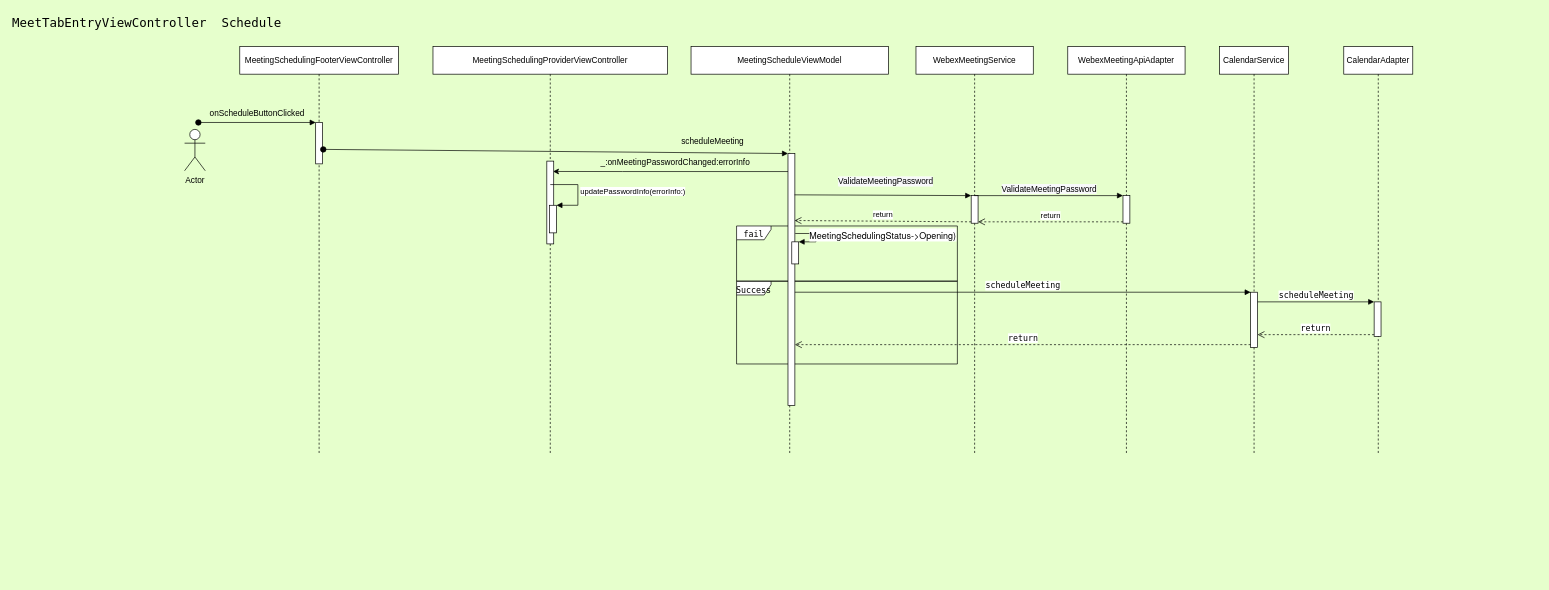
This is Schedule.drawio from jiankang/HelloWorld, a draw.io file, before an edit. Source tidied: cells renumbered, new cells numbered last; positions are measured from the earlier drawing's top-left corner, leaving out a move shared by most shapes. Both pictures are drawn from the tidied source at 69%, with x=0, y=0 at pixel (39, 12).
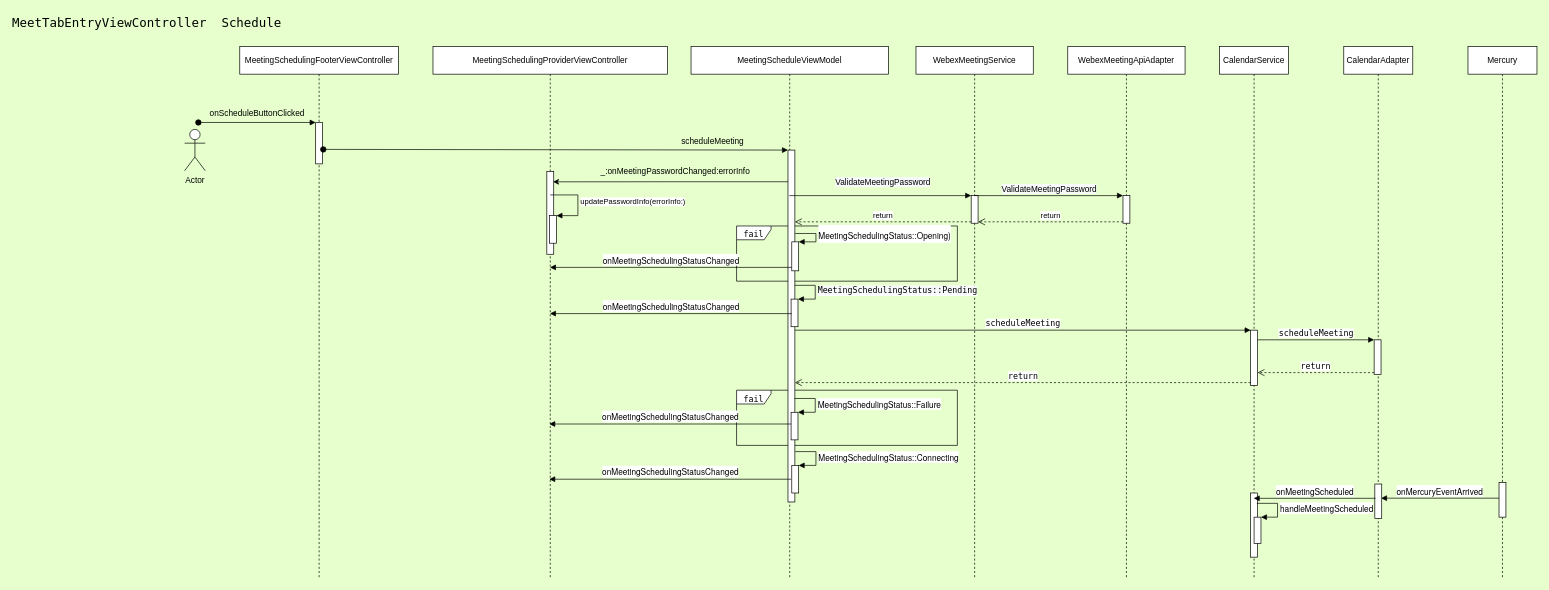
Above is the later version.

Unchanged cells that the change refers to:
```xml
<mxCell id="19" style="html=1;points=[];perimeter=orthogonalPerimeter;" parent="18" vertex="1">
  <mxGeometry x="80" y="216" width="10" height="40" as="geometry" />
</mxCell>
```

What changed in the source:
```diff
@@
-    <mxCell id="2" value="&lt;font style=&quot;font-size: 12px&quot;&gt;Success&lt;/font&gt;" style="shape=umlFrame;whiteSpace=wrap;html=1;fontFamily=Lucida Console;fontSize=18;width=50;height=20;" parent="1" vertex="1">
-      <mxGeometry x="1010" y="390" width="320" height="120" as="geometry" />
-    </mxCell>
+    <mxCell id="40" value="&lt;font style=&quot;font-size: 12px&quot;&gt;fail&lt;/font&gt;" style="shape=umlFrame;whiteSpace=wrap;html=1;fontFamily=Lucida Console;fontSize=18;width=50;height=20;" parent="1" vertex="1">
+      <mxGeometry x="1010" y="548" width="320" height="80" as="geometry" />
+    </mxCell>
-    <mxCell id="3" style="edgeStyle=orthogonalEdgeStyle;rounded=0;jettySize=auto;html=1;entryX=0.9;entryY=0.125;entryDx=0;entryDy=0;entryPerimeter=0;exitX=0.497;exitY=0.307;exitDx=0;exitDy=0;exitPerimeter=0;" parent="1" edge="1" source="4" target="31">
+    <mxCell id="3" style="edgeStyle=orthogonalEdgeStyle;rounded=0;jettySize=auto;html=1;entryX=0.9;entryY=0.125;entryDx=0;entryDy=0;entryPerimeter=0;exitX=0.164;exitY=0.09;exitDx=0;exitDy=0;exitPerimeter=0;" parent="1" edge="1" source="7" target="31">
       <mxGeometry relative="1" as="geometry" />
     </mxCell>
     <mxCell id="4" value="MeetingScheduleViewModel" style="shape=umlLifeline;perimeter=lifelinePerimeter;rounded=0;shadow=0;strokeWidth=1;" parent="1" vertex="1">
-      <mxGeometry x="944" y="50" width="286" height="590" as="geometry" />
+      <mxGeometry x="944" y="50" width="286" height="770" as="geometry" />
     </mxCell>
@@
-    <mxCell id="6" style="group;" parent="4" vertex="1">
-      <mxGeometry x="140.5" y="155" width="40.5" height="365" as="geometry" />
-    </mxCell>
-    <mxCell id="7" style="html=1;points=[];perimeter=orthogonalPerimeter;" parent="6" vertex="1">
-      <mxGeometry width="10" height="365" as="geometry" />
+    <mxCell id="7" style="html=1;points=[];perimeter=orthogonalPerimeter;" parent="4" vertex="1">
+      <mxGeometry x="140.5" y="150" width="10" height="510" as="geometry" />
     </mxCell>
-    <mxCell id="8" value="&lt;p class=&quot;p1&quot; style=&quot;margin: 0px ; font-stretch: normal ; font-size: 13px ; line-height: normal ; font-family: &amp;#34;helvetica neue&amp;#34;&quot;&gt;MeetingSchedulingStatus-&amp;gt;Opening)&lt;/p&gt;" style="edgeStyle=orthogonalEdgeStyle;html=1;align=left;spacingLeft=2;endArrow=block;rounded=0;entryX=1;entryY=0;fontFamily=Lucida Console;fontSize=18;" parent="6" edge="1" target="9">
-      <mxGeometry x="0.63" y="-10" relative="1" as="geometry">
-        <mxPoint x="10.5" y="115.9" as="sourcePoint" />
+    <mxCell id="8" value="&lt;p class=&quot;p1&quot; style=&quot;margin: 0px ; font-stretch: normal ; line-height: normal ; font-family: &amp;#34;helvetica neue&amp;#34;&quot;&gt;&lt;font style=&quot;font-size: 12px&quot;&gt;MeetingSchedulingStatus::Opening)&lt;/font&gt;&lt;/p&gt;" style="edgeStyle=orthogonalEdgeStyle;html=1;align=left;spacingLeft=2;endArrow=block;rounded=0;entryX=1;entryY=0;fontFamily=Lucida Console;fontSize=18;" parent="4" edge="1" target="9">
+      <mxGeometry x="-0.11" relative="1" as="geometry">
+        <mxPoint x="151" y="270.9" as="sourcePoint" />
         <Array as="points">
-          <mxPoint x="40.5" y="115.9" />
+          <mxPoint x="181" y="270.9" />
         </Array>
       </mxGeometry>
     </mxCell>
-    <mxCell id="9" style="html=1;points=[];perimeter=orthogonalPerimeter;fontFamily=Lucida Console;fontSize=18;" parent="6" vertex="1">
-      <mxGeometry x="5.5" y="128" width="10" height="32" as="geometry" />
+    <mxCell id="9" style="html=1;points=[];perimeter=orthogonalPerimeter;fontFamily=Lucida Console;fontSize=18;" parent="4" vertex="1">
+      <mxGeometry x="146" y="283" width="10" height="42" as="geometry" />
     </mxCell>
     <mxCell id="10" value="CalendarService" style="shape=umlLifeline;perimeter=lifelinePerimeter;rounded=0;shadow=0;strokeWidth=1;" parent="1" vertex="1">
-      <mxGeometry x="1710" y="50" width="100" height="590" as="geometry" />
+      <mxGeometry x="1710" y="50" width="100" height="770" as="geometry" />
     </mxCell>
     <mxCell id="11" style="html=1;points=[];perimeter=orthogonalPerimeter;fontFamily=Lucida Console;fontSize=12;" parent="10" vertex="1">
-      <mxGeometry x="45" y="356" width="10" height="80" as="geometry" />
+      <mxGeometry x="45" y="411" width="10" height="80" as="geometry" />
     </mxCell>
+    <mxCell id="41" style="html=1;perimeter=orthogonalPerimeter;fontFamily=Lucida Console;fontSize=12;" parent="10" vertex="1">
+      <mxGeometry x="45" y="647" width="10" height="93" as="geometry" />
+    </mxCell>
     <mxCell id="12" value="CalendarAdapter" style="shape=umlLifeline;perimeter=lifelinePerimeter;rounded=0;shadow=0;strokeWidth=1;" parent="1" vertex="1">
-      <mxGeometry x="1890" y="50" width="100" height="590" as="geometry" />
+      <mxGeometry x="1890" y="50" width="100" height="770" as="geometry" />
     </mxCell>
     <mxCell id="13" style="html=1;points=[];perimeter=orthogonalPerimeter;fontFamily=Lucida Console;fontSize=12;" parent="12" vertex="1">
-      <mxGeometry x="44" y="370" width="10" height="50" as="geometry" />
+      <mxGeometry x="44" y="425" width="10" height="50" as="geometry" />
     </mxCell>
     <mxCell id="14" value="MeetingSchedulingFooterViewController" style="shape=umlLifeline;perimeter=lifelinePerimeter;rounded=0;shadow=0;strokeWidth=1;" parent="1" vertex="1">
-      <mxGeometry x="290" y="50" width="230" height="590" as="geometry" />
+      <mxGeometry x="290" y="50" width="230" height="770" as="geometry" />
     </mxCell>
@@
     <mxCell id="18" value="WebexMeetingService" style="shape=umlLifeline;perimeter=lifelinePerimeter;rounded=0;shadow=0;strokeWidth=1;" parent="1" vertex="1">
-      <mxGeometry x="1270" y="50" width="170" height="590" as="geometry" />
+      <mxGeometry x="1270" y="50" width="170" height="770" as="geometry" />
     </mxCell>
@@
     <mxCell id="20" value="WebexMeetingApiAdapter" style="shape=umlLifeline;perimeter=lifelinePerimeter;rounded=0;shadow=0;strokeWidth=1;" parent="1" vertex="1">
-      <mxGeometry x="1490" y="50" width="170" height="590" as="geometry" />
+      <mxGeometry x="1490" y="50" width="170" height="770" as="geometry" />
     </mxCell>
@@
-    <mxCell id="26" value="&lt;span style=&quot;font-size: 12px ; background-color: rgb(248 , 249 , 250)&quot;&gt;ValidateMeetingPassword&lt;/span&gt;" style="html=1;verticalAlign=bottom;endArrow=block;entryX=0;entryY=0;rounded=0;exitX=0.95;exitY=0.164;exitDx=0;exitDy=0;exitPerimeter=0;" parent="1" edge="1" source="7" target="19">
+    <mxCell id="26" value="&lt;span style=&quot;font-size: 12px ; background-color: rgb(248 , 249 , 250)&quot;&gt;ValidateMeetingPassword&lt;/span&gt;" style="html=1;verticalAlign=bottom;endArrow=block;entryX=0;entryY=0;rounded=0;" parent="1" edge="1" source="4" target="19">
       <mxGeometry x="0.02" y="10" relative="1" as="geometry">
         <mxPoint x="1" as="offset" />
       </mxGeometry>
     </mxCell>
-    <mxCell id="27" value="return" style="html=1;verticalAlign=bottom;endArrow=open;dashed=1;endSize=8;exitX=0;exitY=0.95;rounded=0;entryX=0.95;entryY=0.266;entryDx=0;entryDy=0;entryPerimeter=0;" parent="1" edge="1" source="19" target="7">
+    <mxCell id="27" value="return" style="html=1;verticalAlign=bottom;endArrow=open;dashed=1;endSize=8;exitX=0;exitY=0.95;rounded=0;" parent="1" edge="1" source="19" target="7">
       <mxGeometry relative="1" as="geometry" />
     </mxCell>
@@
     <mxCell id="30" value="MeetingSchedulingProviderViewController" style="shape=umlLifeline;perimeter=lifelinePerimeter;rounded=0;shadow=0;strokeWidth=1;" parent="1" vertex="1">
-      <mxGeometry x="570" y="50" width="340" height="590" as="geometry" />
+      <mxGeometry x="570" y="50" width="340" height="770" as="geometry" />
     </mxCell>
     <mxCell id="31" style="html=1;points=[];perimeter=orthogonalPerimeter;" parent="30" vertex="1">
-      <mxGeometry x="165" y="166" width="10" height="120" as="geometry" />
+      <mxGeometry x="165" y="181" width="10" height="120" as="geometry" />
     </mxCell>
     <mxCell id="32" value="_:onMeetingPasswordChanged:errorInfo" style="text;html=1;align=center;verticalAlign=middle;strokeColor=none;fillColor=none;" parent="30" vertex="1">
-      <mxGeometry x="236" y="158" width="230" height="20" as="geometry" />
+      <mxGeometry x="236" y="171" width="230" height="20" as="geometry" />
     </mxCell>
     <mxCell id="33" style="html=1;points=[];perimeter=orthogonalPerimeter;" parent="30" vertex="1">
-      <mxGeometry x="169" y="230" width="10" height="40" as="geometry" />
+      <mxGeometry x="169" y="245" width="10" height="40" as="geometry" />
     </mxCell>
     <mxCell id="34" value="updatePasswordInfo(errorInfo:)" style="edgeStyle=orthogonalEdgeStyle;html=1;align=left;spacingLeft=2;endArrow=block;rounded=0;entryX=1;entryY=0;" parent="30" edge="1" target="33">
       <mxGeometry x="-0.01" relative="1" as="geometry">
-        <mxPoint x="170" y="200" as="sourcePoint" />
+        <mxPoint x="170" y="215" as="sourcePoint" />
         <Array as="points">
-          <mxPoint x="210" y="200" />
-          <mxPoint x="210" y="230" />
+          <mxPoint x="210" y="215" />
+          <mxPoint x="210" y="245" />
         </Array>
       </mxGeometry>
     </mxCell>
@@
-    <mxCell id="36" value="scheduleMeeting" style="html=1;verticalAlign=bottom;endArrow=block;entryX=0;entryY=0;rounded=0;fontFamily=Lucida Console;fontSize=12;" parent="1" edge="1" source="7" target="11">
-      <mxGeometry relative="1" as="geometry" />
+    <mxCell id="36" value="scheduleMeeting" style="html=1;verticalAlign=bottom;endArrow=block;entryX=0;entryY=0;rounded=0;fontFamily=Lucida Console;fontSize=12;" parent="1" edge="1" target="11">
+      <mxGeometry relative="1" as="geometry">
+        <mxPoint x="1094.5" y="461" as="sourcePoint" />
+      </mxGeometry>
     </mxCell>
-    <mxCell id="37" value="return" style="html=1;verticalAlign=bottom;endArrow=open;dashed=1;endSize=8;exitX=0;exitY=0.95;rounded=0;fontFamily=Lucida Console;fontSize=12;" parent="1" edge="1" source="11" target="7">
-      <mxGeometry relative="1" as="geometry" />
+    <mxCell id="37" value="return" style="html=1;verticalAlign=bottom;endArrow=open;dashed=1;endSize=8;exitX=0;exitY=0.95;rounded=0;fontFamily=Lucida Console;fontSize=12;" parent="1" edge="1" source="11">
+      <mxGeometry relative="1" as="geometry">
+        <mxPoint x="1094.5" y="537" as="targetPoint" />
+      </mxGeometry>
     </mxCell>
@@
+    <mxCell id="42" style="html=1;points=[];perimeter=orthogonalPerimeter;fontFamily=Lucida Console;fontSize=12;" parent="1" vertex="1">
+      <mxGeometry x="1089" y="416" width="10" height="40" as="geometry" />
+    </mxCell>
+    <mxCell id="43" value="&lt;span style=&quot;text-align: center ; background-color: rgb(248 , 249 , 250)&quot;&gt;MeetingSchedulingStatus::Pending&lt;/span&gt;" style="edgeStyle=orthogonalEdgeStyle;html=1;align=left;spacingLeft=2;endArrow=block;rounded=0;entryX=1;entryY=0;fontFamily=Lucida Console;fontSize=12;" parent="1" edge="1" target="42">
+      <mxGeometry relative="1" as="geometry">
+        <mxPoint x="1094" y="396" as="sourcePoint" />
+        <Array as="points">
+          <mxPoint x="1124" y="396" />
+        </Array>
+      </mxGeometry>
+    </mxCell>
+    <mxCell id="44" style="html=1;points=[];perimeter=orthogonalPerimeter;fontFamily=Lucida Console;fontSize=12;" parent="1" vertex="1">
+      <mxGeometry x="1089" y="580" width="10" height="40" as="geometry" />
+    </mxCell>
+    <mxCell id="45" value="&lt;p class=&quot;p1&quot; style=&quot;margin: 0px ; font-stretch: normal ; line-height: normal ; font-family: &amp;#34;helvetica neue&amp;#34;&quot;&gt;&lt;font style=&quot;font-size: 12px&quot;&gt;MeetingSchedulingStatus::Failure&lt;/font&gt;&lt;/p&gt;" style="edgeStyle=orthogonalEdgeStyle;html=1;align=left;spacingLeft=2;endArrow=block;rounded=0;entryX=1;entryY=0;fontFamily=Lucida Console;fontSize=12;" parent="1" edge="1" target="44">
+      <mxGeometry relative="1" as="geometry">
+        <mxPoint x="1094" y="560" as="sourcePoint" />
+        <Array as="points">
+          <mxPoint x="1124" y="560" />
+        </Array>
+      </mxGeometry>
+    </mxCell>
+    <mxCell id="46" style="html=1;points=[];perimeter=orthogonalPerimeter;fontFamily=Lucida Console;fontSize=12;" parent="1" vertex="1">
+      <mxGeometry x="1090" y="657" width="10" height="40" as="geometry" />
+    </mxCell>
+    <mxCell id="47" value="&lt;p class=&quot;p1&quot; style=&quot;margin: 0px ; font-stretch: normal ; line-height: normal ; font-family: &amp;#34;helvetica neue&amp;#34;&quot;&gt;&lt;font style=&quot;font-size: 12px&quot;&gt;MeetingSchedulingStatus::Connecting&lt;/font&gt;&lt;/p&gt;" style="edgeStyle=orthogonalEdgeStyle;html=1;align=left;spacingLeft=2;endArrow=block;rounded=0;entryX=1;entryY=0;fontFamily=Lucida Console;fontSize=12;" parent="1" edge="1" target="46">
+      <mxGeometry relative="1" as="geometry">
+        <mxPoint x="1095" y="637" as="sourcePoint" />
+        <Array as="points">
+          <mxPoint x="1125" y="637" />
+        </Array>
+      </mxGeometry>
+    </mxCell>
+    <mxCell id="48" value="Mercury" style="shape=umlLifeline;perimeter=lifelinePerimeter;rounded=0;shadow=0;strokeWidth=1;" parent="1" vertex="1">
+      <mxGeometry x="2070" y="50" width="100" height="770" as="geometry" />
+    </mxCell>
+    <mxCell id="49" style="html=1;points=[];perimeter=orthogonalPerimeter;fontFamily=Lucida Console;fontSize=12;" parent="48" vertex="1">
+      <mxGeometry x="45" y="632" width="10" height="50" as="geometry" />
+    </mxCell>
+    <mxCell id="50" value="&lt;p class=&quot;p1&quot; style=&quot;margin: 0px ; font-stretch: normal ; line-height: normal ; font-family: &amp;#34;helvetica neue&amp;#34;&quot;&gt;&lt;font style=&quot;font-size: 12px&quot;&gt;onMercuryEventArrived&lt;/font&gt;&lt;/p&gt;" style="html=1;verticalAlign=bottom;endArrow=block;rounded=0;fontFamily=Lucida Console;fontSize=12;entryX=0.9;entryY=0.41;entryDx=0;entryDy=0;entryPerimeter=0;" parent="1" edge="1" source="49" target="52">
+      <mxGeometry relative="1" as="geometry" />
+    </mxCell>
+    <mxCell id="51" style="group;" parent="1" vertex="1">
+      <mxGeometry x="1815" y="650" width="159" height="80" as="geometry" />
+    </mxCell>
+    <mxCell id="52" style="html=1;points=[];perimeter=orthogonalPerimeter;fontFamily=Lucida Console;fontSize=12;" parent="51" vertex="1">
+      <mxGeometry x="120" y="34" width="10" height="50" as="geometry" />
+    </mxCell>
+    <mxCell id="53" value="&lt;p class=&quot;p1&quot; style=&quot;margin: 0px ; font-stretch: normal ; line-height: normal ; font-family: &amp;#34;helvetica neue&amp;#34;&quot;&gt;&lt;font style=&quot;font-size: 12px&quot;&gt;onMeetingScheduled&lt;/font&gt;&lt;/p&gt;" style="html=1;verticalAlign=bottom;endArrow=block;rounded=0;fontFamily=Lucida Console;fontSize=12;exitX=0.5;exitY=0.862;exitDx=0;exitDy=0;exitPerimeter=0;" parent="51" edge="1" target="10">
+      <mxGeometry relative="1" as="geometry">
+        <mxPoint x="121" y="54.7" as="sourcePoint" />
+      </mxGeometry>
+    </mxCell>
+    <mxCell id="54" style="html=1;points=[];perimeter=orthogonalPerimeter;fontFamily=Lucida Console;fontSize=12;" parent="51" vertex="1">
+      <mxGeometry x="-55" y="82" width="10" height="38" as="geometry" />
+    </mxCell>
+    <mxCell id="55" value="&lt;p class=&quot;p1&quot; style=&quot;margin: 0px ; font-stretch: normal ; line-height: normal ; font-family: &amp;#34;helvetica neue&amp;#34;&quot;&gt;&lt;font style=&quot;font-size: 12px&quot;&gt;handleMeetingScheduled&lt;/font&gt;&lt;/p&gt;" style="edgeStyle=orthogonalEdgeStyle;html=1;align=left;spacingLeft=2;endArrow=block;rounded=0;entryX=1;entryY=0;fontFamily=Lucida Console;fontSize=12;" parent="51" edge="1" target="54">
+      <mxGeometry relative="1" as="geometry">
+        <mxPoint x="-51" y="62" as="sourcePoint" />
+        <Array as="points">
+          <mxPoint x="-21" y="62" />
+        </Array>
+      </mxGeometry>
+    </mxCell>
+    <mxCell id="56" value="&lt;p class=&quot;p1&quot; style=&quot;margin: 0px ; font-stretch: normal ; line-height: normal ; font-family: &amp;#34;helvetica neue&amp;#34;&quot;&gt;&lt;font style=&quot;font-size: 12px&quot;&gt;onMeetingSchedulingStatusChanged&lt;/font&gt;&lt;/p&gt;" style="html=1;verticalAlign=bottom;endArrow=block;rounded=0;fontFamily=Lucida Console;fontSize=12;" parent="1" edge="1" source="9">
+      <mxGeometry relative="1" as="geometry">
+        <mxPoint x="739.5" y="370" as="targetPoint" />
+      </mxGeometry>
+    </mxCell>
+    <mxCell id="57" value="&lt;p class=&quot;p1&quot; style=&quot;margin: 0px ; font-stretch: normal ; line-height: normal ; font-family: &amp;#34;helvetica neue&amp;#34;&quot;&gt;&lt;font style=&quot;font-size: 12px&quot;&gt;onMeetingSchedulingStatusChanged&lt;/font&gt;&lt;/p&gt;" style="html=1;verticalAlign=bottom;endArrow=block;rounded=0;fontFamily=Lucida Console;fontSize=12;" parent="1" edge="1">
+      <mxGeometry relative="1" as="geometry">
+        <mxPoint x="1090" y="437" as="sourcePoint" />
+        <mxPoint x="739.5" y="437" as="targetPoint" />
+      </mxGeometry>
+    </mxCell>
+    <mxCell id="58" value="&lt;p class=&quot;p1&quot; style=&quot;margin: 0px ; font-stretch: normal ; line-height: normal ; font-family: &amp;#34;helvetica neue&amp;#34;&quot;&gt;&lt;font style=&quot;font-size: 12px&quot;&gt;onMeetingSchedulingStatusChanged&lt;/font&gt;&lt;/p&gt;" style="html=1;verticalAlign=bottom;endArrow=block;rounded=0;fontFamily=Lucida Console;fontSize=12;" parent="1" edge="1">
+      <mxGeometry relative="1" as="geometry">
+        <mxPoint x="1089" y="597" as="sourcePoint" />
+        <mxPoint x="738.5" y="597" as="targetPoint" />
+      </mxGeometry>
+    </mxCell>
+    <mxCell id="59" value="&lt;p class=&quot;p1&quot; style=&quot;margin: 0px ; font-stretch: normal ; line-height: normal ; font-family: &amp;#34;helvetica neue&amp;#34;&quot;&gt;&lt;font style=&quot;font-size: 12px&quot;&gt;onMeetingSchedulingStatusChanged&lt;/font&gt;&lt;/p&gt;" style="html=1;verticalAlign=bottom;endArrow=block;rounded=0;fontFamily=Lucida Console;fontSize=12;" parent="1" edge="1">
+      <mxGeometry relative="1" as="geometry">
+        <mxPoint x="1089" y="677" as="sourcePoint" />
+        <mxPoint x="738.5" y="677" as="targetPoint" />
+      </mxGeometry>
+    </mxCell>
```
